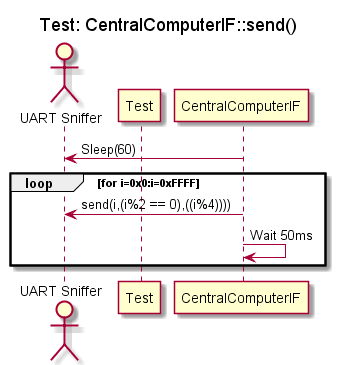
The PlantUML diagram Test/Sensor Controller/Sekvensdiagrammer/SensorController/CentralComputerIF/send/SDtestSend.png in Solvgraa-mager/E4PRJ4, before a commit. Its diagram source:
```plantuml
@startuml SDtestSend
title "Test: CentralComputerIF::send()"

actor "UART Sniffer" as UART
participant "Test" as Test
participant "CentralComputerIF" as CCIF

CCIF -> UART : Sleep(60)
loop for i=0x0:i=0xFFFF
    CCIF -> UART : send(i,(i%2 == 0),((i%4))))
    CCIF -> CCIF : Wait 50ms
end loop

@enduml
```
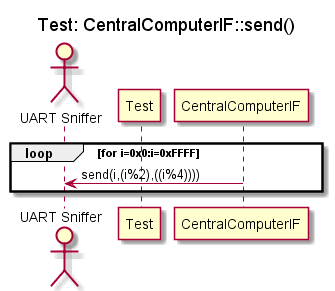
The same file after the commit.

Diff of the diagram source:
```diff
@@ -5,10 +5,8 @@
 participant "Test" as Test
 participant "CentralComputerIF" as CCIF
 
-CCIF -> UART : Sleep(60)
 loop for i=0x0:i=0xFFFF
-    CCIF -> UART : send(i,(i%2 == 0),((i%4))))
-    CCIF -> CCIF : Wait 50ms
+    CCIF -> UART : send(i,(i%2),((i%4))))
 end loop
 
 @enduml
```
